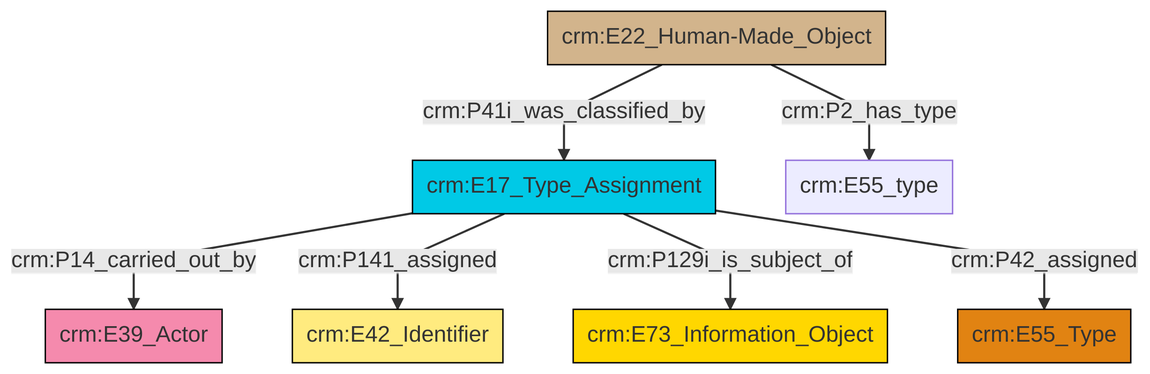
Above: et/builtWorkCSV/ttl/mmd/png/Built_Work_designation_status.png in swiss-art-research-net/docs.swissartresearch (Mermaid), before the change. Its source is kept beside it as et/builtWorkCSV/ttl/mmd/Built_Work_designation_status.ttl.mmd.
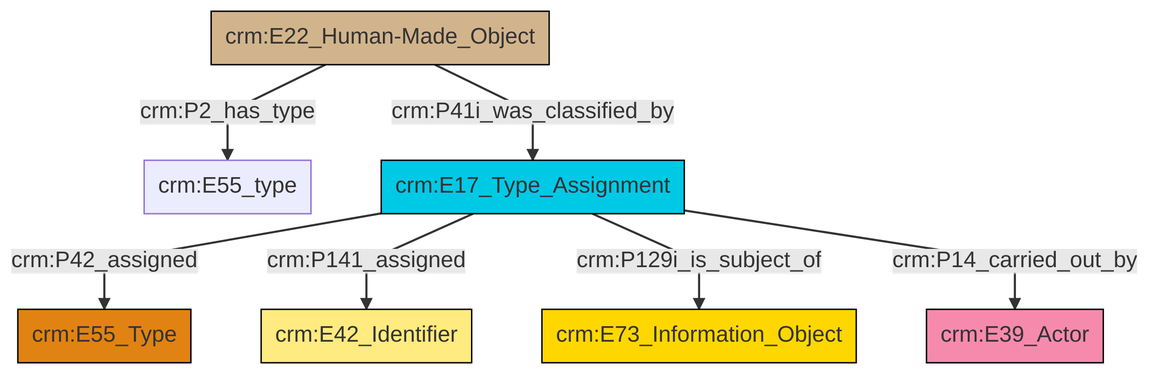
The same file after the commit.

Diff of the diagram source:
```diff
@@ -13,9 +13,9 @@
 classDef PC_Classes fill:#4ce600, stroke:#000000;
 classDef Multi fill:#cccccc,stroke:#000000;
 
-6["crm:E22_Human-Made_Object"]:::Physical_Thing -->|crm:P2_has_type| 7["crm:E55_type"]:::Default
-6["crm:E22_Human-Made_Object"]:::Physical_Thing -->|crm:P41i_was_classified_by| 2["crm:E17_Type_Assignment"]:::Temporal_Entity
-2["crm:E17_Type_Assignment"]:::Temporal_Entity -->|crm:P14_carried_out_by| 0["crm:E39_Actor"]:::Actor
-2["crm:E17_Type_Assignment"]:::Temporal_Entity -->|crm:P141_assigned| 12["crm:E42_Identifier"]:::Appellation
-2["crm:E17_Type_Assignment"]:::Temporal_Entity -->|crm:P129i_is_subject_of| 10["crm:E73_Information_Object"]:::Conceptual_Object
-2["crm:E17_Type_Assignment"]:::Temporal_Entity -->|crm:P42_assigned| 4["crm:E55_Type"]:::Type
+2["crm:E22_Human-Made_Object"]:::Physical_Thing -->|crm:P2_has_type| 3["crm:E55_type"]:::Default
+6["crm:E17_Type_Assignment"]:::Temporal_Entity -->|crm:P42_assigned| 4["crm:E55_Type"]:::Type
+2["crm:E22_Human-Made_Object"]:::Physical_Thing -->|crm:P41i_was_classified_by| 6["crm:E17_Type_Assignment"]:::Temporal_Entity
+6["crm:E17_Type_Assignment"]:::Temporal_Entity -->|crm:P141_assigned| 7["crm:E42_Identifier"]:::Appellation
+6["crm:E17_Type_Assignment"]:::Temporal_Entity -->|crm:P129i_is_subject_of| 10["crm:E73_Information_Object"]:::Conceptual_Object
+6["crm:E17_Type_Assignment"]:::Temporal_Entity -->|crm:P14_carried_out_by| 0["crm:E39_Actor"]:::Actor
```
